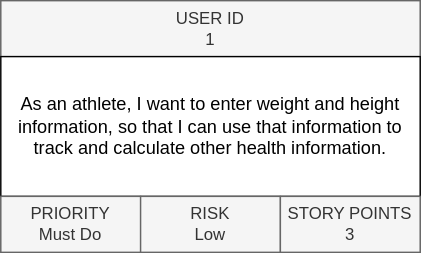
Above: assignment-release-plan.svg in HenrikSamuelsson/course-introduction-to-software-product-management (draw.io), before the change. Source tidied: cells renumbered, new cells last; positions are measured from the earlier drawing's top-left corner, leaving out a move shared by most shapes.
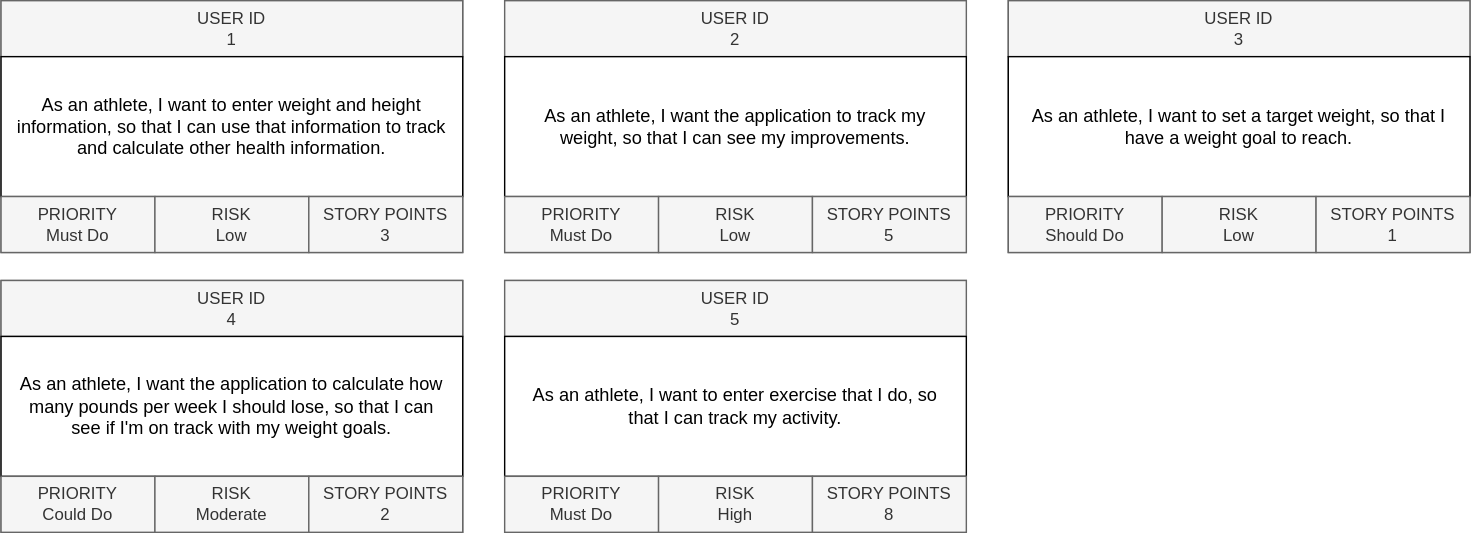
The same diagram one commit later.

Commit message:
Update assignment material.

The edit, as a diff of the source:
```diff
@@ -2,23 +2,95 @@
   <root>
     <mxCell id="0" />
     <mxCell id="1" parent="0" />
-    <mxCell id="2" style="group;fillColor=#f5f5f5;fontColor=#333333;strokeColor=#666666;" parent="1" vertex="1">
-      <mxGeometry width="300" height="180" as="geometry" />
+    <mxCell id="2" style="group;fillColor=#f5f5f5;fontColor=#333333;strokeColor=#666666;spacingLeft=8;spacingRight=8;" parent="1" vertex="1">
+      <mxGeometry width="330" height="180" as="geometry" />
     </mxCell>
-    <mxCell id="3" value="USER ID &lt;br&gt;1" style="rounded=0;whiteSpace=wrap;html=1;fillColor=#f5f5f5;fontColor=#333333;strokeColor=#666666;" parent="2" vertex="1">
-      <mxGeometry width="300" height="40" as="geometry" />
+    <mxCell id="3" value="USER ID &lt;br&gt;1" style="rounded=0;whiteSpace=wrap;html=1;fillColor=#f5f5f5;fontColor=#333333;strokeColor=#666666;spacingLeft=8;spacingRight=8;" parent="2" vertex="1">
+      <mxGeometry width="330" height="40" as="geometry" />
     </mxCell>
-    <mxCell id="4" value="&lt;span style=&quot;font-family: Arial; font-size: 13px; text-align: left; background-color: rgb(255, 255, 255);&quot;&gt;As an athlete, I want to enter weight and height information, so that I can use that information to track and calculate other health information.&lt;/span&gt;" style="rounded=0;whiteSpace=wrap;html=1;" parent="2" vertex="1">
-      <mxGeometry y="40" width="300" height="100" as="geometry" />
+    <mxCell id="4" value="&lt;span style=&quot;font-family: Arial; font-size: 13px; text-align: left; background-color: rgb(255, 255, 255);&quot;&gt;As an athlete, I want to enter weight and height information, so that I can use that information to track and calculate other health information.&lt;/span&gt;" style="rounded=0;whiteSpace=wrap;html=1;spacingLeft=8;spacingRight=8;" parent="2" vertex="1">
+      <mxGeometry y="40" width="330" height="100" as="geometry" />
     </mxCell>
-    <mxCell id="5" value="PRIORITY&lt;br&gt;Must Do" style="rounded=0;whiteSpace=wrap;html=1;fillColor=#f5f5f5;fontColor=#333333;strokeColor=#666666;" parent="2" vertex="1">
-      <mxGeometry y="140" width="100" height="40" as="geometry" />
+    <mxCell id="5" value="PRIORITY&lt;br&gt;Must Do" style="rounded=0;whiteSpace=wrap;html=1;fillColor=#f5f5f5;fontColor=#333333;strokeColor=#666666;spacingLeft=8;spacingRight=8;" parent="2" vertex="1">
+      <mxGeometry y="140" width="110" height="40" as="geometry" />
     </mxCell>
-    <mxCell id="6" value="RISK&lt;br&gt;Low" style="rounded=0;whiteSpace=wrap;html=1;fillColor=#f5f5f5;fontColor=#333333;strokeColor=#666666;" parent="2" vertex="1">
-      <mxGeometry x="100" y="140" width="100" height="40" as="geometry" />
+    <mxCell id="6" value="RISK&lt;br&gt;Low" style="rounded=0;whiteSpace=wrap;html=1;fillColor=#f5f5f5;fontColor=#333333;strokeColor=#666666;spacingLeft=8;spacingRight=8;" parent="2" vertex="1">
+      <mxGeometry x="110" y="140" width="110" height="40" as="geometry" />
     </mxCell>
-    <mxCell id="7" value="STORY POINTS&lt;br&gt;3" style="rounded=0;whiteSpace=wrap;html=1;fillColor=#f5f5f5;fontColor=#333333;strokeColor=#666666;" parent="2" vertex="1">
-      <mxGeometry x="200" y="140" width="100" height="40" as="geometry" />
+    <mxCell id="7" value="STORY POINTS&lt;br&gt;3" style="rounded=0;whiteSpace=wrap;html=1;fillColor=#f5f5f5;fontColor=#333333;strokeColor=#666666;spacingLeft=8;spacingRight=8;" parent="2" vertex="1">
+      <mxGeometry x="220" y="140" width="110" height="40" as="geometry" />
     </mxCell>
+    <mxCell id="8" style="group;fillColor=#f5f5f5;fontColor=#333333;strokeColor=#666666;spacingLeft=8;spacingRight=8;" parent="1" vertex="1">
+      <mxGeometry x="360" width="330" height="180" as="geometry" />
+    </mxCell>
+    <mxCell id="9" value="USER ID &lt;br&gt;2" style="rounded=0;whiteSpace=wrap;html=1;fillColor=#f5f5f5;fontColor=#333333;strokeColor=#666666;align=center;spacingLeft=8;spacingRight=8;" parent="8" vertex="1">
+      <mxGeometry width="330" height="40" as="geometry" />
+    </mxCell>
+    <mxCell id="10" value="&lt;span style=&quot;font-family: Arial; font-size: 13px; text-align: left; background-color: rgb(255, 255, 255);&quot;&gt;As an athlete, I want the application to track my weight, so that I can see my improvements. &lt;/span&gt;" style="rounded=0;whiteSpace=wrap;html=1;spacingLeft=8;spacingRight=8;" parent="8" vertex="1">
+      <mxGeometry y="40" width="330" height="100" as="geometry" />
+    </mxCell>
+    <mxCell id="11" value="PRIORITY&lt;br&gt;Must Do" style="rounded=0;whiteSpace=wrap;html=1;fillColor=#f5f5f5;fontColor=#333333;strokeColor=#666666;spacingLeft=8;spacingRight=8;" parent="8" vertex="1">
+      <mxGeometry y="140" width="110" height="40" as="geometry" />
+    </mxCell>
+    <mxCell id="12" value="RISK&lt;br&gt;Low" style="rounded=0;whiteSpace=wrap;html=1;fillColor=#f5f5f5;fontColor=#333333;strokeColor=#666666;spacingLeft=8;spacingRight=8;" parent="8" vertex="1">
+      <mxGeometry x="110" y="140" width="110" height="40" as="geometry" />
+    </mxCell>
+    <mxCell id="13" value="STORY POINTS&lt;br&gt;5" style="rounded=0;whiteSpace=wrap;html=1;fillColor=#f5f5f5;fontColor=#333333;strokeColor=#666666;spacingLeft=8;spacingRight=8;" parent="8" vertex="1">
+      <mxGeometry x="220" y="140" width="110" height="40" as="geometry" />
+    </mxCell>
+    <mxCell id="14" style="group;fillColor=#f5f5f5;fontColor=#333333;strokeColor=#666666;spacingLeft=8;spacingRight=8;" parent="1" vertex="1">
+      <mxGeometry x="720" width="330" height="180" as="geometry" />
+    </mxCell>
+    <mxCell id="15" value="USER ID &lt;br&gt;3" style="rounded=0;whiteSpace=wrap;html=1;fillColor=#f5f5f5;fontColor=#333333;strokeColor=#666666;align=center;spacingLeft=8;spacingRight=8;" parent="14" vertex="1">
+      <mxGeometry width="330" height="40" as="geometry" />
+    </mxCell>
+    <mxCell id="16" value="&lt;span style=&quot;font-family: Arial; font-size: 13px; text-align: left; background-color: rgb(255, 255, 255);&quot;&gt;As an athlete, I want to set a target weight, so that I have a weight goal to reach. &lt;/span&gt;" style="rounded=0;whiteSpace=wrap;html=1;spacingLeft=8;spacingRight=8;" parent="14" vertex="1">
+      <mxGeometry y="40" width="330" height="100" as="geometry" />
+    </mxCell>
+    <mxCell id="17" value="PRIORITY&lt;br&gt;Should Do" style="rounded=0;whiteSpace=wrap;html=1;fillColor=#f5f5f5;fontColor=#333333;strokeColor=#666666;spacingLeft=8;spacingRight=8;" parent="14" vertex="1">
+      <mxGeometry y="140" width="110" height="40" as="geometry" />
+    </mxCell>
+    <mxCell id="18" value="RISK&lt;br&gt;Low" style="rounded=0;whiteSpace=wrap;html=1;fillColor=#f5f5f5;fontColor=#333333;strokeColor=#666666;spacingLeft=8;spacingRight=8;" parent="14" vertex="1">
+      <mxGeometry x="110" y="140" width="110" height="40" as="geometry" />
+    </mxCell>
+    <mxCell id="19" value="STORY POINTS&lt;br&gt;1" style="rounded=0;whiteSpace=wrap;html=1;fillColor=#f5f5f5;fontColor=#333333;strokeColor=#666666;spacingLeft=8;spacingRight=8;" parent="14" vertex="1">
+      <mxGeometry x="220" y="140" width="110" height="40" as="geometry" />
+    </mxCell>
+    <mxCell id="20" style="group;fillColor=#f5f5f5;fontColor=#333333;strokeColor=#666666;spacingLeft=8;spacingRight=8;" parent="1" vertex="1">
+      <mxGeometry y="200" width="330" height="180" as="geometry" />
+    </mxCell>
+    <mxCell id="21" value="USER ID &lt;br&gt;4" style="rounded=0;whiteSpace=wrap;html=1;fillColor=#f5f5f5;fontColor=#333333;strokeColor=#666666;align=center;spacingLeft=8;spacingRight=8;" parent="20" vertex="1">
+      <mxGeometry width="330" height="40" as="geometry" />
+    </mxCell>
+    <mxCell id="22" value="&lt;span style=&quot;font-family: Arial; font-size: 13px; text-align: left; background-color: rgb(255, 255, 255);&quot;&gt;As an athlete, I want the application to calculate how many pounds per week I should lose, so that I can see if I'm on track with my weight goals.&lt;/span&gt;" style="rounded=0;whiteSpace=wrap;html=1;spacingLeft=8;spacingRight=8;" parent="20" vertex="1">
+      <mxGeometry y="40" width="330" height="100" as="geometry" />
+    </mxCell>
+    <mxCell id="23" value="PRIORITY&lt;br&gt;Could Do" style="rounded=0;whiteSpace=wrap;html=1;fillColor=#f5f5f5;fontColor=#333333;strokeColor=#666666;spacingLeft=8;spacingRight=8;" parent="20" vertex="1">
+      <mxGeometry y="140" width="110" height="40" as="geometry" />
+    </mxCell>
+    <mxCell id="24" value="RISK&lt;br&gt;Moderate" style="rounded=0;whiteSpace=wrap;html=1;fillColor=#f5f5f5;fontColor=#333333;strokeColor=#666666;spacingLeft=8;spacingRight=8;" parent="20" vertex="1">
+      <mxGeometry x="110" y="140" width="110" height="40" as="geometry" />
+    </mxCell>
+    <mxCell id="25" value="STORY POINTS&lt;br&gt;2" style="rounded=0;whiteSpace=wrap;html=1;fillColor=#f5f5f5;fontColor=#333333;strokeColor=#666666;spacingLeft=8;spacingRight=8;" parent="20" vertex="1">
+      <mxGeometry x="220" y="140" width="110" height="40" as="geometry" />
+    </mxCell>
+    <mxCell id="26" style="group;fillColor=#f5f5f5;fontColor=#333333;strokeColor=#666666;spacingLeft=8;spacingRight=8;" parent="1" vertex="1">
+      <mxGeometry x="360" y="200" width="330" height="180" as="geometry" />
+    </mxCell>
+    <mxCell id="27" value="USER ID &lt;br&gt;5" style="rounded=0;whiteSpace=wrap;html=1;fillColor=#f5f5f5;fontColor=#333333;strokeColor=#666666;align=center;spacingLeft=8;spacingRight=8;" parent="26" vertex="1">
+      <mxGeometry width="330" height="40" as="geometry" />
+    </mxCell>
+    <mxCell id="28" value="&lt;span style=&quot;font-family: Arial; font-size: 13px; text-align: left; background-color: rgb(255, 255, 255);&quot;&gt;As an athlete, I want to enter exercise that I do, so that I can track my activity. &lt;/span&gt;" style="rounded=0;whiteSpace=wrap;html=1;spacingLeft=8;spacingRight=8;" parent="26" vertex="1">
+      <mxGeometry y="40" width="330" height="100" as="geometry" />
+    </mxCell>
+    <mxCell id="29" value="PRIORITY&lt;br&gt;Must Do" style="rounded=0;whiteSpace=wrap;html=1;fillColor=#f5f5f5;fontColor=#333333;strokeColor=#666666;spacingLeft=8;spacingRight=8;" parent="26" vertex="1">
+      <mxGeometry y="140" width="110" height="40" as="geometry" />
+    </mxCell>
+    <mxCell id="30" value="RISK&lt;br&gt;High" style="rounded=0;whiteSpace=wrap;html=1;fillColor=#f5f5f5;fontColor=#333333;strokeColor=#666666;spacingLeft=8;spacingRight=8;" parent="26" vertex="1">
+      <mxGeometry x="110" y="140" width="110" height="40" as="geometry" />
+    </mxCell>
+    <mxCell id="31" value="STORY POINTS&lt;br&gt;8" style="rounded=0;whiteSpace=wrap;html=1;fillColor=#f5f5f5;fontColor=#333333;strokeColor=#666666;spacingLeft=8;spacingRight=8;" parent="26" vertex="1">
+      <mxGeometry x="220" y="140" width="110" height="40" as="geometry" />
+    </mxCell>
   </root>
 </mxGraphModel>
```
